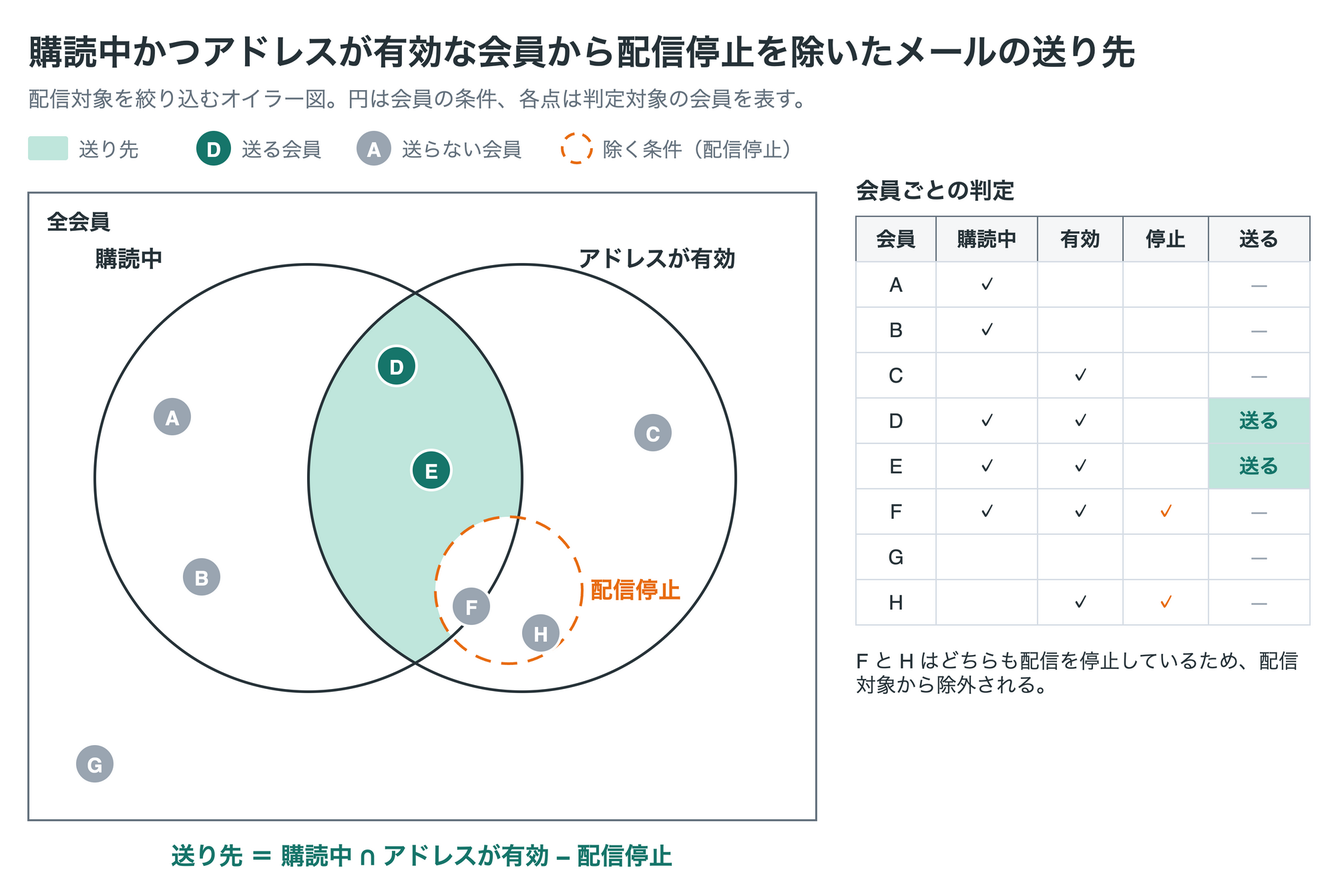
Above: skills/explanatory-diagrams/templates/euler-sets/euler-sets.drawio.png in nntto/skills (draw.io), before the change. Source tidied: cells renumbered, new cells last; positions are measured from the earlier drawing's top-left corner, leaving out a move shared by most shapes.
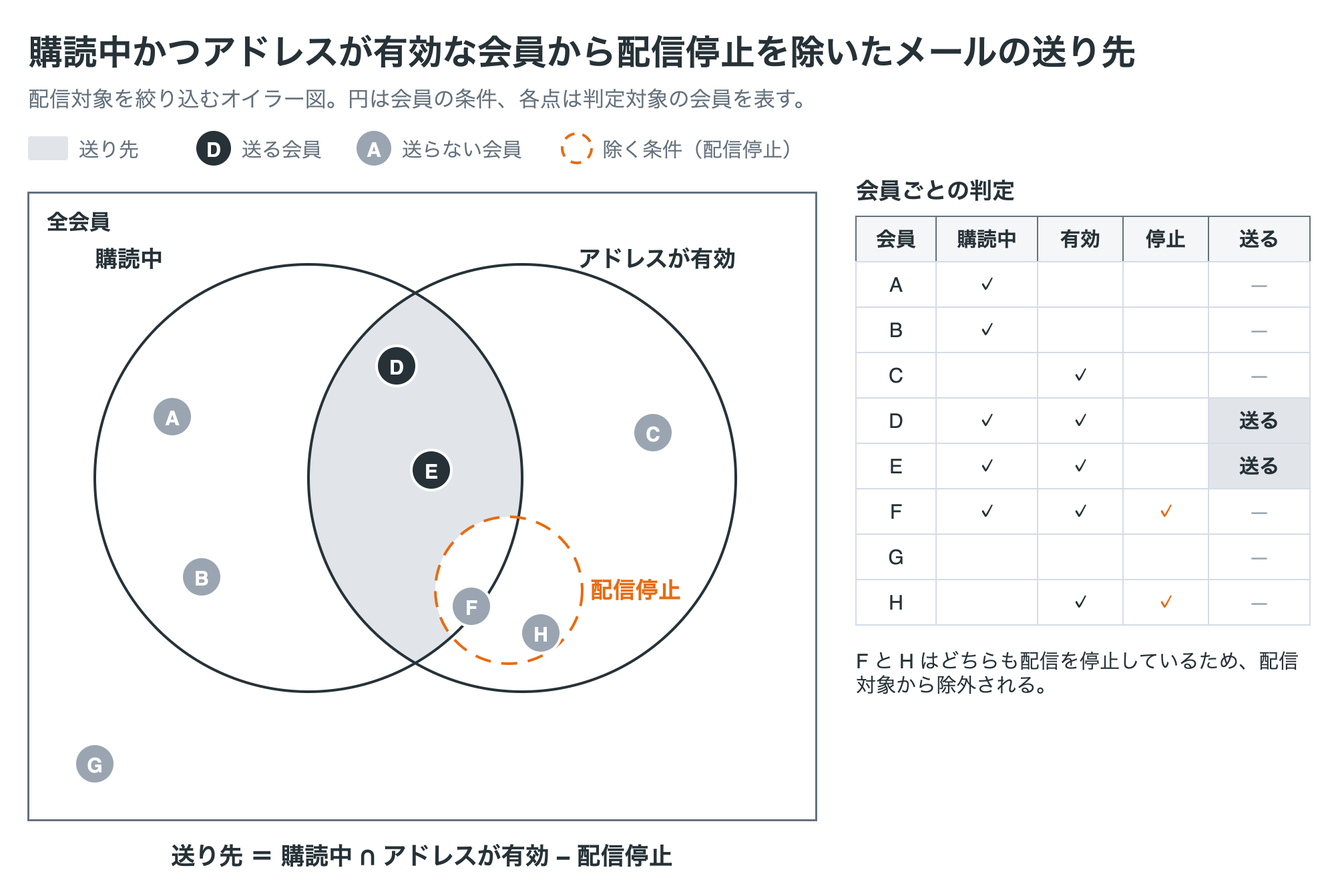
After the change.

Diff of the diagram source:
```diff
@@ -8,13 +8,13 @@
     <mxCell id="3" value="配信対象を絞り込むオイラー図。円は会員の条件、各点は判定対象の会員を表す。" style="text;html=1;whiteSpace=wrap;fontFamily=Helvetica;fontSize=16;fontColor=#64717d;align=left;verticalAlign=middle;spacing=0;" parent="1" vertex="1">
       <mxGeometry y="42" width="960" height="24" as="geometry" />
     </mxCell>
-    <mxCell id="4" style="rounded=1;absoluteArcSize=1;arcSize=4;html=1;fillColor=#bfe6dc;strokeColor=none;strokeWidth=1;" parent="1" vertex="1">
+    <mxCell id="4" style="rounded=1;absoluteArcSize=1;arcSize=4;html=1;fillColor=#e1e5ea;strokeColor=none;strokeWidth=1;" parent="1" vertex="1">
       <mxGeometry y="82" width="30" height="18" as="geometry" />
     </mxCell>
     <mxCell id="5" value="送り先" style="text;html=1;whiteSpace=wrap;fontFamily=Helvetica;fontSize=15;fontColor=#64717d;align=left;verticalAlign=middle;spacing=0;" parent="1" vertex="1">
       <mxGeometry x="38" y="80" width="80" height="24" as="geometry" />
     </mxCell>
-    <mxCell id="6" value="D" style="ellipse;fillColor=#16756a;strokeColor=none;fontColor=#ffffff;fontStyle=1;fontSize=15;fontFamily=Helvetica;" parent="1" vertex="1">
+    <mxCell id="6" value="D" style="ellipse;fillColor=#263238;strokeColor=none;fontColor=#ffffff;fontStyle=1;fontSize=15;fontFamily=Helvetica;" parent="1" vertex="1">
       <mxGeometry x="126" y="78" width="26" height="26" as="geometry" />
     </mxCell>
     <mxCell id="7" value="送る会員" style="text;html=1;whiteSpace=wrap;fontFamily=Helvetica;fontSize=15;fontColor=#64717d;align=left;verticalAlign=middle;spacing=0;" parent="1" vertex="1">
@@ -35,7 +35,7 @@
     <mxCell id="12" value="全会員" style="rounded=0;absoluteArcSize=1;arcSize=12;html=1;fillColor=#ffffff;strokeColor=#64717d;strokeWidth=1.5;verticalAlign=top;align=left;spacingLeft=12;spacingTop=6;fontFamily=Helvetica;fontSize=16;fontStyle=1;fontColor=#263238;html=1;" parent="1" vertex="1">
       <mxGeometry y="124" width="590" height="470" as="geometry" />
     </mxCell>
-    <mxCell id="13" style="shape=(stored shape, 288 characters);fillColor=#bfe6dc;strokeColor=none;" parent="1" vertex="1">
+    <mxCell id="13" style="shape=(stored shape, 288 characters);fillColor=#e1e5ea;strokeColor=none;" parent="1" vertex="1">
       <mxGeometry x="210" y="199.4" width="160" height="277.1" as="geometry" />
     </mxCell>
     <mxCell id="14" style="ellipse;fillColor=#ffffff;strokeColor=none;" parent="1" vertex="1">
@@ -68,10 +68,10 @@
     <mxCell id="23" value="C" style="ellipse;fillColor=#9aa5b1;strokeColor=#ffffff;strokeWidth=2;fontColor=#ffffff;fontStyle=1;fontSize=15;fontFamily=Helvetica;" parent="1" vertex="1">
       <mxGeometry x="453" y="289" width="30" height="30" as="geometry" />
     </mxCell>
-    <mxCell id="24" value="D" style="ellipse;fillColor=#16756a;strokeColor=#ffffff;strokeWidth=2;fontColor=#ffffff;fontStyle=1;fontSize=15;fontFamily=Helvetica;" parent="1" vertex="1">
+    <mxCell id="24" value="D" style="ellipse;fillColor=#263238;strokeColor=#ffffff;strokeWidth=2;fontColor=#ffffff;fontStyle=1;fontSize=15;fontFamily=Helvetica;" parent="1" vertex="1">
       <mxGeometry x="261" y="239" width="30" height="30" as="geometry" />
     </mxCell>
-    <mxCell id="25" value="E" style="ellipse;fillColor=#16756a;strokeColor=#ffffff;strokeWidth=2;fontColor=#ffffff;fontStyle=1;fontSize=15;fontFamily=Helvetica;" parent="1" vertex="1">
+    <mxCell id="25" value="E" style="ellipse;fillColor=#263238;strokeColor=#ffffff;strokeWidth=2;fontColor=#ffffff;fontStyle=1;fontSize=15;fontFamily=Helvetica;" parent="1" vertex="1">
       <mxGeometry x="287" y="317" width="30" height="30" as="geometry" />
     </mxCell>
     <mxCell id="26" value="F" style="ellipse;fillColor=#9aa5b1;strokeColor=#ffffff;strokeWidth=2;fontColor=#ffffff;fontStyle=1;fontSize=15;fontFamily=Helvetica;" parent="1" vertex="1">
@@ -83,7 +83,7 @@
     <mxCell id="28" value="H" style="ellipse;fillColor=#9aa5b1;strokeColor=#ffffff;strokeWidth=2;fontColor=#ffffff;fontStyle=1;fontSize=15;fontFamily=Helvetica;" parent="1" vertex="1">
       <mxGeometry x="369" y="439" width="30" height="30" as="geometry" />
     </mxCell>
-    <mxCell id="29" value="送り先 ＝ 購読中 ∩ アドレスが有効 − 配信停止" style="text;html=1;whiteSpace=wrap;fontFamily=Helvetica;fontSize=18;fontColor=#16756a;align=center;verticalAlign=middle;spacing=0;fontStyle=1;" parent="1" vertex="1">
+    <mxCell id="29" value="送り先 ＝ 購読中 ∩ アドレスが有効 − 配信停止" style="text;html=1;whiteSpace=wrap;fontFamily=Helvetica;fontSize=18;fontColor=#263238;align=center;verticalAlign=middle;spacing=0;fontStyle=1;" parent="1" vertex="1">
       <mxGeometry y="608" width="590" height="26" as="geometry" />
     </mxCell>
     <mxCell id="30" value="会員ごとの判定" style="text;html=1;whiteSpace=wrap;fontFamily=Helvetica;fontSize=17;fontColor=#263238;align=left;verticalAlign=middle;spacing=0;fontStyle=1;" parent="1" vertex="1">
@@ -161,7 +161,7 @@
     <mxCell id="54" style="rounded=0;absoluteArcSize=1;arcSize=12;whiteSpace=wrap;html=1;fillColor=#ffffff;strokeColor=#64717d;strokeWidth=1;fontColor=#263238;fontFamily=Helvetica;fontSize=15;align=center;verticalAlign=middle;spacing=2;strokeColor=#D5DCE5;" parent="1" vertex="1">
       <mxGeometry x="820" y="278" width="64" height="34" as="geometry" />
     </mxCell>
-    <mxCell id="55" value="送る" style="rounded=0;absoluteArcSize=1;arcSize=12;whiteSpace=wrap;html=1;fillColor=#ffffff;strokeColor=#64717d;strokeWidth=1;fontColor=#263238;fontFamily=Helvetica;fontSize=15;align=center;verticalAlign=middle;spacing=2;strokeColor=#D5DCE5;fillColor=#bfe6dc;fontColor=#16756a;fontStyle=1;" parent="1" vertex="1">
+    <mxCell id="55" value="送る" style="rounded=0;absoluteArcSize=1;arcSize=12;whiteSpace=wrap;html=1;fillColor=#ffffff;strokeColor=#64717d;strokeWidth=1;fontColor=#263238;fontFamily=Helvetica;fontSize=15;align=center;verticalAlign=middle;spacing=2;strokeColor=#D5DCE5;fillColor=#e1e5ea;fontColor=#263238;fontStyle=1;" parent="1" vertex="1">
       <mxGeometry x="884" y="278" width="76" height="34" as="geometry" />
     </mxCell>
     <mxCell id="56" value="E" style="rounded=0;absoluteArcSize=1;arcSize=12;whiteSpace=wrap;html=1;fillColor=#ffffff;strokeColor=#64717d;strokeWidth=1;fontColor=#263238;fontFamily=Helvetica;fontSize=15;align=center;verticalAlign=middle;spacing=2;strokeColor=#D5DCE5;" parent="1" vertex="1">
@@ -176,7 +176,7 @@
     <mxCell id="59" style="rounded=0;absoluteArcSize=1;arcSize=12;whiteSpace=wrap;html=1;fillColor=#ffffff;strokeColor=#64717d;strokeWidth=1;fontColor=#263238;fontFamily=Helvetica;fontSize=15;align=center;verticalAlign=middle;spacing=2;strokeColor=#D5DCE5;" parent="1" vertex="1">
       <mxGeometry x="820" y="312" width="64" height="34" as="geometry" />
     </mxCell>
-    <mxCell id="60" value="送る" style="rounded=0;absoluteArcSize=1;arcSize=12;whiteSpace=wrap;html=1;fillColor=#ffffff;strokeColor=#64717d;strokeWidth=1;fontColor=#263238;fontFamily=Helvetica;fontSize=15;align=center;verticalAlign=middle;spacing=2;strokeColor=#D5DCE5;fillColor=#bfe6dc;fontColor=#16756a;fontStyle=1;" parent="1" vertex="1">
+    <mxCell id="60" value="送る" style="rounded=0;absoluteArcSize=1;arcSize=12;whiteSpace=wrap;html=1;fillColor=#ffffff;strokeColor=#64717d;strokeWidth=1;fontColor=#263238;fontFamily=Helvetica;fontSize=15;align=center;verticalAlign=middle;spacing=2;strokeColor=#D5DCE5;fillColor=#e1e5ea;fontColor=#263238;fontStyle=1;" parent="1" vertex="1">
       <mxGeometry x="884" y="312" width="76" height="34" as="geometry" />
     </mxCell>
     <mxCell id="61" value="F" style="rounded=0;absoluteArcSize=1;arcSize=12;whiteSpace=wrap;html=1;fillColor=#ffffff;strokeColor=#64717d;strokeWidth=1;fontColor=#263238;fontFamily=Helvetica;fontSize=15;align=center;verticalAlign=middle;spacing=2;strokeColor=#D5DCE5;" parent="1" vertex="1">
```
